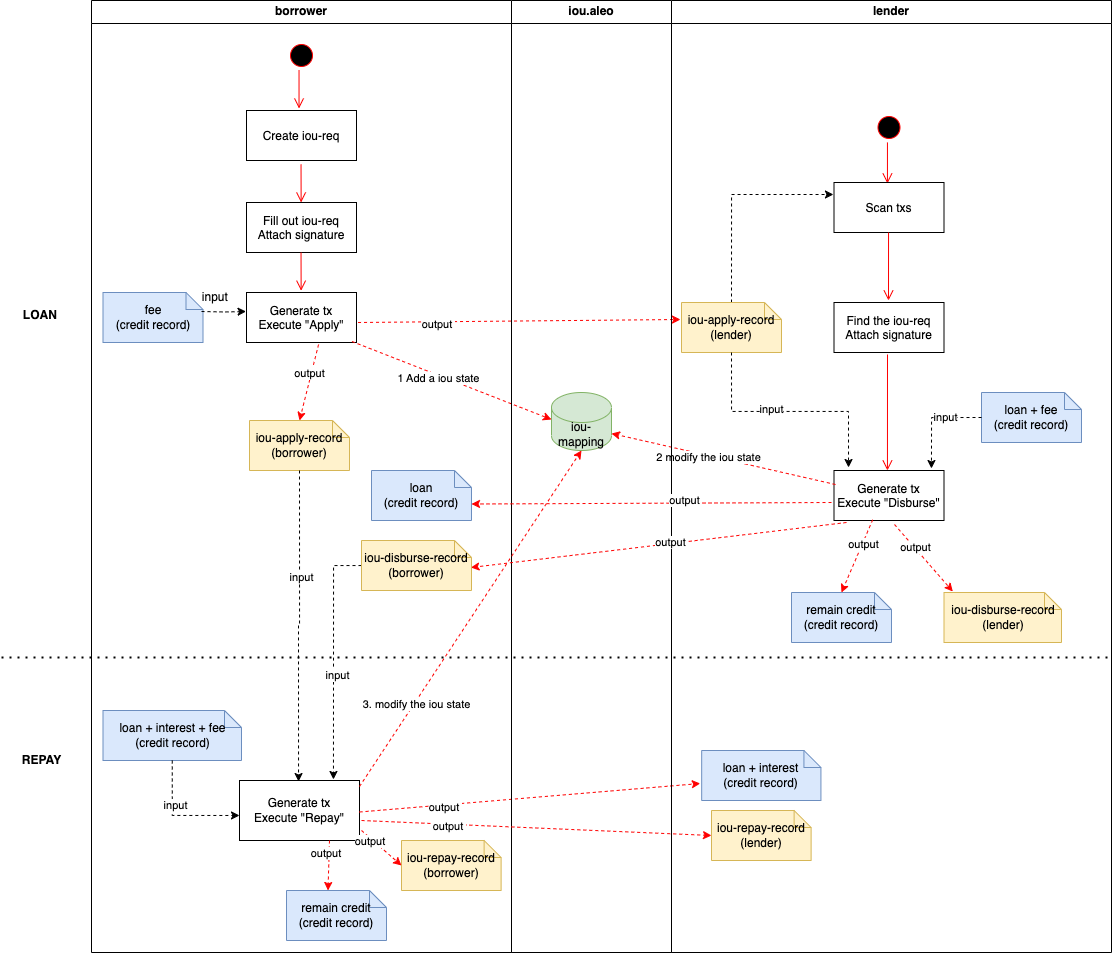
Before: aleo-lou.drawio.png, a diagram exported from draw.io (AleoIOU/AleoIOU). Source tidied: cells renumbered, new cells last; positions are measured from the earlier drawing's top-left corner, leaving out a move shared by most shapes.
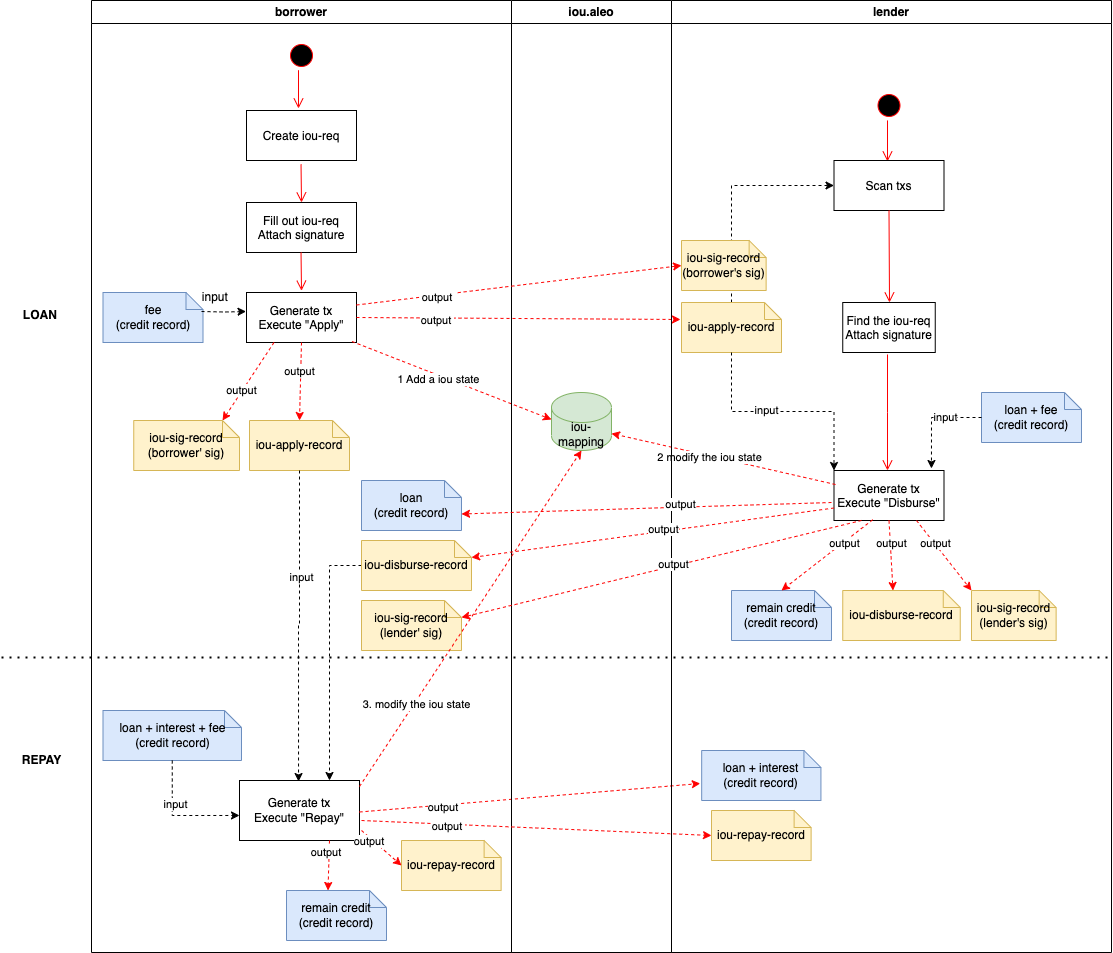
The same file after the commit.

What changed in the source:
```diff
@@ -20,10 +20,10 @@
     <mxCell id="7" value="Generate tx&#10;Execute &quot;Apply&quot;" parent="2" vertex="1">
       <mxGeometry x="155" y="292" width="110" height="50" as="geometry" />
     </mxCell>
-    <mxCell id="8" value="iou-apply-record&#10;(borrower)" style="shape=note;whiteSpace=wrap;size=17;fillColor=#fff2cc;strokeColor=#d6b656;" parent="2" vertex="1">
+    <mxCell id="8" value="iou-apply-record" style="shape=note;whiteSpace=wrap;size=17;fillColor=#fff2cc;strokeColor=#d6b656;" parent="2" vertex="1">
       <mxGeometry x="158" y="420" width="100" height="50" as="geometry" />
     </mxCell>
-    <mxCell id="9" style="endArrow=classic;strokeColor=#FF0000;endFill=1;rounded=0;dashed=1;exitX=0.655;exitY=1.04;exitDx=0;exitDy=0;exitPerimeter=0;entryX=0.5;entryY=0;entryDx=0;entryDy=0;entryPerimeter=0;" parent="2" edge="1" source="7" target="8">
+    <mxCell id="9" style="endArrow=classic;strokeColor=#FF0000;endFill=1;rounded=0;dashed=1;exitX=0.5;exitY=1;exitDx=0;exitDy=0;entryX=0.5;entryY=0;entryDx=0;entryDy=0;entryPerimeter=0;" parent="2" edge="1" source="7" target="8">
       <mxGeometry relative="1" as="geometry" />
     </mxCell>
     <mxCell id="10" value="output" style="edgeLabel;html=1;align=center;verticalAlign=middle;" parent="9" vertex="1">
@@ -47,19 +47,14 @@
     <mxCell id="14" value="input&amp;nbsp;" style="text;html=1;align=center;verticalAlign=middle;strokeColor=none;fillColor=none;" parent="2" vertex="1">
       <mxGeometry x="100" y="282" width="50" height="30" as="geometry" />
     </mxCell>
-    <mxCell id="15" style="edgeStyle=orthogonalEdgeStyle;rounded=0;jettySize=auto;html=1;entryX=0.783;entryY=-0.017;entryDx=0;entryDy=0;entryPerimeter=0;dashed=1;" parent="2" edge="1" source="17" target="20">
+    <mxCell id="15" style="edgeStyle=orthogonalEdgeStyle;rounded=0;jettySize=auto;html=1;entryX=0.75;entryY=0;entryDx=0;entryDy=0;dashed=1;" parent="2" edge="1" source="17" target="20">
       <mxGeometry relative="1" as="geometry" />
     </mxCell>
-    <mxCell id="16" value="input" style="edgeLabel;html=1;align=center;verticalAlign=middle;" parent="15" vertex="1">
-      <mxGeometry x="0.14" y="3" relative="1" as="geometry">
-        <mxPoint y="-1" as="offset" />
-      </mxGeometry>
-    </mxCell>
-    <mxCell id="17" value="iou-disburse-record&#10;(borrower)" style="shape=note;whiteSpace=wrap;size=17;fillColor=#fff2cc;strokeColor=#d6b656;" parent="2" vertex="1">
+    <mxCell id="17" value="iou-disburse-record" style="shape=note;whiteSpace=wrap;size=17;fillColor=#fff2cc;strokeColor=#d6b656;" parent="2" vertex="1">
       <mxGeometry x="270" y="540" width="110" height="50" as="geometry" />
     </mxCell>
     <mxCell id="18" value="loan&#10;(credit record)" style="shape=note;whiteSpace=wrap;size=17;fillColor=#dae8fc;strokeColor=#6c8ebf;" parent="2" vertex="1">
-      <mxGeometry x="280" y="470" width="100" height="50" as="geometry" />
+      <mxGeometry x="270" y="480" width="100" height="50" as="geometry" />
     </mxCell>
     <mxCell id="19" style="endArrow=none;dashed=1;html=1;dashPattern=1 3;strokeWidth=2;rounded=0;" parent="2" edge="1">
       <mxGeometry relative="1" as="geometry">
@@ -93,7 +88,7 @@
     <mxCell id="27" value="output&amp;nbsp;" style="edgeLabel;html=1;align=center;verticalAlign=middle;" parent="26" vertex="1">
       <mxGeometry x="-0.5" y="-2" relative="1" as="geometry" />
     </mxCell>
-    <mxCell id="28" value="iou-repay-record&#10;(borrower)" style="shape=note;whiteSpace=wrap;size=17;fillColor=#fff2cc;strokeColor=#d6b656;" parent="2" vertex="1">
+    <mxCell id="28" value="iou-repay-record" style="shape=note;whiteSpace=wrap;size=17;fillColor=#fff2cc;strokeColor=#d6b656;" parent="2" vertex="1">
       <mxGeometry x="310" y="840" width="99.6" height="50" as="geometry" />
     </mxCell>
     <mxCell id="29" style="endArrow=classic;strokeColor=#FF0000;endFill=1;rounded=0;dashed=1;entryX=0;entryY=0.5;entryDx=0;entryDy=0;entryPerimeter=0;exitX=1.017;exitY=0.833;exitDx=0;exitDy=0;exitPerimeter=0;" parent="2" edge="1" source="20" target="28">
@@ -111,6 +106,20 @@
     <mxCell id="33" value="output&amp;nbsp;" style="edgeLabel;html=1;align=center;verticalAlign=middle;" parent="32" vertex="1">
       <mxGeometry x="-0.5" y="-2" relative="1" as="geometry" />
     </mxCell>
+    <mxCell id="76" value="iou-sig-record&#10;(borrower' sig)" style="shape=note;whiteSpace=wrap;size=17;fillColor=#fff2cc;strokeColor=#d6b656;" parent="2" vertex="1">
+      <mxGeometry x="42.2" y="420" width="105.8" height="50" as="geometry" />
+    </mxCell>
+    <mxCell id="77" style="endArrow=classic;strokeColor=#FF0000;endFill=1;rounded=0;dashed=1;exitX=0.25;exitY=1;exitDx=0;exitDy=0;entryX=0;entryY=0;entryDx=88.75;entryDy=0;entryPerimeter=0;" parent="2" edge="1" source="7" target="76">
+      <mxGeometry relative="1" as="geometry" />
+    </mxCell>
+    <mxCell id="78" value="output" style="edgeLabel;html=1;align=center;verticalAlign=middle;" parent="77" vertex="1">
+      <mxGeometry x="-0.25" y="-2" relative="1" as="geometry">
+        <mxPoint x="-12" y="19" as="offset" />
+      </mxGeometry>
+    </mxCell>
+    <mxCell id="79" value="iou-sig-record&#10;(lender' sig)" style="shape=note;whiteSpace=wrap;size=17;fillColor=#fff2cc;strokeColor=#d6b656;" parent="2" vertex="1">
+      <mxGeometry x="270" y="600" width="100" height="50" as="geometry" />
+    </mxCell>
     <mxCell id="34" value="lender" style="swimlane;whiteSpace=wrap;" parent="1" vertex="1">
       <mxGeometry x="670" width="440" height="952" as="geometry" />
     </mxCell>
@@ -118,21 +127,18 @@
       <mxGeometry x="162.5" y="470" width="110" height="50" as="geometry" />
     </mxCell>
     <mxCell id="36" value="Find the iou-req&#10;Attach signature" parent="34" vertex="1">
-      <mxGeometry x="162.5" y="302" width="110" height="50" as="geometry" />
+      <mxGeometry x="171.2" y="302" width="92.5" height="50" as="geometry" />
     </mxCell>
-    <mxCell id="37" style="ellipse;shape=startState;fillColor=#000000;strokeColor=#ff0000;" parent="34" vertex="1">
-      <mxGeometry x="202.5" y="112" width="30" height="30" as="geometry" />
-    </mxCell>
     <mxCell id="38" style="edgeStyle=elbowEdgeStyle;elbow=horizontal;verticalAlign=bottom;endArrow=open;endSize=8;strokeColor=#FF0000;endFill=1;rounded=0;entryX=0.486;entryY=0.02;entryDx=0;entryDy=0;entryPerimeter=0;" parent="34" edge="1" source="37" target="39">
       <mxGeometry x="182.5" y="92" as="geometry" />
     </mxCell>
     <mxCell id="39" value="Scan txs" parent="34" vertex="1">
-      <mxGeometry x="162.5" y="182" width="110" height="50" as="geometry" />
+      <mxGeometry x="162.5" y="160" width="110" height="50" as="geometry" />
     </mxCell>
-    <mxCell id="40" style="edgeStyle=orthogonalEdgeStyle;rounded=0;jettySize=auto;html=1;exitX=0.5;exitY=0;exitDx=0;exitDy=0;exitPerimeter=0;entryX=-0.005;entryY=0.24;entryDx=0;entryDy=0;entryPerimeter=0;dashed=1;" parent="34" edge="1" source="41" target="39">
+    <mxCell id="40" style="edgeStyle=orthogonalEdgeStyle;rounded=0;jettySize=auto;html=1;exitX=0.5;exitY=0;exitDx=0;exitDy=0;exitPerimeter=0;entryX=0;entryY=0.5;entryDx=0;entryDy=0;dashed=1;" parent="34" edge="1" source="41" target="39">
       <mxGeometry relative="1" as="geometry" />
     </mxCell>
-    <mxCell id="41" value="iou-apply-record&#10;(lender)" style="shape=note;whiteSpace=wrap;size=17;fillColor=#fff2cc;strokeColor=#d6b656;" parent="34" vertex="1">
+    <mxCell id="41" value="iou-apply-record" style="shape=note;whiteSpace=wrap;size=17;fillColor=#fff2cc;strokeColor=#d6b656;" parent="34" vertex="1">
       <mxGeometry x="10" y="302" width="100" height="50" as="geometry" />
     </mxCell>
     <mxCell id="42" value="loan + fee&#10;(credit record)" style="shape=note;whiteSpace=wrap;size=17;fillColor=#dae8fc;strokeColor=#6c8ebf;" parent="34" vertex="1">
@@ -144,16 +150,16 @@
     <mxCell id="44" value="input" style="edgeLabel;html=1;align=center;verticalAlign=middle;" parent="43" vertex="1">
       <mxGeometry x="-0.26" y="-1" relative="1" as="geometry" />
     </mxCell>
-    <mxCell id="45" style="edgeStyle=orthogonalEdgeStyle;rounded=0;jettySize=auto;html=1;exitX=0.5;exitY=1;exitDx=0;exitDy=0;exitPerimeter=0;dashed=1;entryX=0.132;entryY=-0.06;entryDx=0;entryDy=0;entryPerimeter=0;" parent="34" edge="1" source="41" target="35">
+    <mxCell id="45" style="edgeStyle=orthogonalEdgeStyle;rounded=0;jettySize=auto;html=1;exitX=0.5;exitY=1;exitDx=0;exitDy=0;exitPerimeter=0;dashed=1;entryX=0;entryY=0;entryDx=0;entryDy=0;" parent="34" edge="1" source="41" target="35">
       <mxGeometry relative="1" as="geometry" />
     </mxCell>
     <mxCell id="46" value="input" style="edgeLabel;html=1;align=center;verticalAlign=middle;" parent="45" vertex="1">
       <mxGeometry x="-0.15" y="2" relative="1" as="geometry" />
     </mxCell>
-    <mxCell id="47" value="iou-disburse-record&#10;(lender)" style="shape=note;whiteSpace=wrap;size=17;fillColor=#fff2cc;strokeColor=#d6b656;" parent="34" vertex="1">
-      <mxGeometry x="272.5" y="592" width="117.5" height="50" as="geometry" />
+    <mxCell id="47" value="iou-disburse-record" style="shape=note;whiteSpace=wrap;size=17;fillColor=#fff2cc;strokeColor=#d6b656;" parent="34" vertex="1">
+      <mxGeometry x="171.2" y="590" width="117.5" height="50" as="geometry" />
     </mxCell>
-    <mxCell id="48" style="endArrow=classic;strokeColor=#FF0000;endFill=1;rounded=0;dashed=1;exitX=0.55;exitY=1.08;exitDx=0;exitDy=0;exitPerimeter=0;entryX=0.075;entryY=-0.02;entryDx=0;entryDy=0;entryPerimeter=0;" parent="34" edge="1" source="35" target="47">
+    <mxCell id="48" style="endArrow=classic;strokeColor=#FF0000;endFill=1;rounded=0;dashed=1;exitX=0.5;exitY=1;exitDx=0;exitDy=0;entryX=0;entryY=0;entryDx=50.25;entryDy=0;entryPerimeter=0;" parent="34" edge="1" source="35" target="47">
       <mxGeometry relative="1" as="geometry" />
     </mxCell>
     <mxCell id="49" value="output" style="edgeLabel;html=1;align=center;verticalAlign=middle;" parent="48" vertex="1">
@@ -161,26 +167,20 @@
         <mxPoint x="1" as="offset" />
       </mxGeometry>
     </mxCell>
-    <mxCell id="50" style="edgeStyle=elbowEdgeStyle;elbow=horizontal;verticalAlign=bottom;endArrow=open;endSize=8;strokeColor=#FF0000;endFill=1;rounded=0;" parent="34" edge="1">
-      <mxGeometry x="-486.5" y="52.1" as="geometry">
-        <mxPoint x="217" y="232" as="sourcePoint" />
-        <mxPoint x="217" y="300" as="targetPoint" />
-      </mxGeometry>
-    </mxCell>
     <mxCell id="51" style="edgeStyle=elbowEdgeStyle;elbow=horizontal;verticalAlign=bottom;endArrow=open;endSize=8;strokeColor=#FF0000;endFill=1;rounded=0;" parent="34" edge="1">
       <mxGeometry x="-487.5" y="183" as="geometry">
         <mxPoint x="216" y="354" as="sourcePoint" />
         <mxPoint x="216" y="470" as="targetPoint" />
       </mxGeometry>
     </mxCell>
-    <mxCell id="52" value="iou-repay-record&#10;(lender)" style="shape=note;whiteSpace=wrap;size=17;fillColor=#fff2cc;strokeColor=#d6b656;" parent="34" vertex="1">
+    <mxCell id="52" value="iou-repay-record" style="shape=note;whiteSpace=wrap;size=17;fillColor=#fff2cc;strokeColor=#d6b656;" parent="34" vertex="1">
       <mxGeometry x="40" y="810" width="99.6" height="50" as="geometry" />
     </mxCell>
     <mxCell id="53" value="loan + interest&#10;(credit record)" style="shape=note;whiteSpace=wrap;size=17;fillColor=#dae8fc;strokeColor=#6c8ebf;" parent="34" vertex="1">
       <mxGeometry x="30.2" y="750" width="119.2" height="50" as="geometry" />
     </mxCell>
     <mxCell id="54" value="remain credit&#10;(credit record)" style="shape=note;whiteSpace=wrap;size=17;fillColor=#dae8fc;strokeColor=#6c8ebf;" parent="34" vertex="1">
-      <mxGeometry x="120" y="592" width="100" height="50" as="geometry" />
+      <mxGeometry x="60" y="590" width="100" height="50" as="geometry" />
     </mxCell>
     <mxCell id="55" style="endArrow=classic;strokeColor=#FF0000;endFill=1;rounded=0;dashed=1;exitX=0.352;exitY=0.985;exitDx=0;exitDy=0;exitPerimeter=0;entryX=0.5;entryY=0;entryDx=0;entryDy=0;entryPerimeter=0;" parent="34" edge="1" source="35" target="54">
       <mxGeometry relative="1" as="geometry" />
@@ -190,7 +190,27 @@
         <mxPoint x="1" as="offset" />
       </mxGeometry>
     </mxCell>
+    <mxCell id="80" value="iou-sig-record&#10;(borrower's sig)" style="shape=note;whiteSpace=wrap;size=17;fillColor=#fff2cc;strokeColor=#d6b656;" parent="34" vertex="1">
+      <mxGeometry x="10" y="240" width="84.6" height="50" as="geometry" />
+    </mxCell>
+    <mxCell id="81" style="edgeStyle=elbowEdgeStyle;elbow=horizontal;verticalAlign=bottom;endArrow=open;endSize=8;strokeColor=#FF0000;endFill=1;rounded=0;entryX=0.5;entryY=0;entryDx=0;entryDy=0;exitX=0.5;exitY=1;exitDx=0;exitDy=0;" parent="34" edge="1" source="39" target="36">
+      <mxGeometry x="-477.5" y="-28" as="geometry" />
+    </mxCell>
+    <mxCell id="37" style="ellipse;shape=startState;fillColor=#000000;strokeColor=#ff0000;" parent="34" vertex="1">
+      <mxGeometry x="202.5" y="90" width="30" height="30" as="geometry" />
+    </mxCell>
+    <mxCell id="82" value="iou-sig-record&#10;(lender's sig)" style="shape=note;whiteSpace=wrap;size=17;fillColor=#fff2cc;strokeColor=#d6b656;" parent="34" vertex="1">
+      <mxGeometry x="300" y="590" width="84.6" height="50" as="geometry" />
+    </mxCell>
+    <mxCell id="83" style="endArrow=classic;strokeColor=#FF0000;endFill=1;rounded=0;dashed=1;exitX=0.75;exitY=1;exitDx=0;exitDy=0;entryX=0;entryY=0;entryDx=0;entryDy=0;entryPerimeter=0;" parent="34" edge="1" source="35" target="82">
+      <mxGeometry relative="1" as="geometry" />
+    </mxCell>
+    <mxCell id="84" value="output" style="edgeLabel;html=1;align=center;verticalAlign=middle;" parent="83" vertex="1">
+      <mxGeometry x="-0.34" relative="1" as="geometry">
+        <mxPoint x="1" as="offset" />
+      </mxGeometry>
+    </mxCell>
-    <mxCell id="57" style="endArrow=classic;strokeColor=#FF0000;endFill=1;rounded=0;dashed=1;entryX=-0.01;entryY=0.34;entryDx=0;entryDy=0;entryPerimeter=0;exitX=1.014;exitY=0.6;exitDx=0;exitDy=0;exitPerimeter=0;" parent="1" edge="1" source="7" target="41">
+    <mxCell id="57" style="endArrow=classic;strokeColor=#FF0000;endFill=1;rounded=0;dashed=1;entryX=-0.01;entryY=0.34;entryDx=0;entryDy=0;entryPerimeter=0;exitX=1;exitY=0.5;exitDx=0;exitDy=0;" parent="1" edge="1" source="7" target="41">
       <mxGeometry relative="1" as="geometry" />
     </mxCell>
     <mxCell id="58" value="output&amp;nbsp;" style="edgeLabel;html=1;align=center;verticalAlign=middle;" parent="57" vertex="1">
@@ -231,7 +251,7 @@
     <mxCell id="67" value="output" style="edgeLabel;html=1;align=center;verticalAlign=middle;" parent="66" vertex="1">
       <mxGeometry x="-0.18" y="-3" relative="1" as="geometry" />
     </mxCell>
-    <mxCell id="68" style="endArrow=classic;strokeColor=#FF0000;endFill=1;rounded=0;dashed=1;entryX=0.995;entryY=0.54;entryDx=0;entryDy=0;entryPerimeter=0;exitX=0.114;exitY=1.04;exitDx=0;exitDy=0;exitPerimeter=0;" parent="1" edge="1" source="35" target="17">
+    <mxCell id="68" style="endArrow=classic;strokeColor=#FF0000;endFill=1;rounded=0;dashed=1;entryX=0;entryY=0;entryDx=110;entryDy=17;entryPerimeter=0;exitX=0;exitY=0.75;exitDx=0;exitDy=0;" parent="1" edge="1" source="35" target="17">
       <mxGeometry relative="1" as="geometry" />
     </mxCell>
     <mxCell id="69" value="output" style="edgeLabel;html=1;align=center;verticalAlign=middle;" parent="68" vertex="1">
@@ -257,5 +277,17 @@
     <mxCell id="75" value="output&amp;nbsp;" style="edgeLabel;html=1;align=center;verticalAlign=middle;" parent="74" vertex="1">
       <mxGeometry x="-0.5" y="-2" relative="1" as="geometry" />
     </mxCell>
+    <mxCell id="85" style="endArrow=classic;strokeColor=#FF0000;endFill=1;rounded=0;dashed=1;entryX=0;entryY=0.5;entryDx=0;entryDy=0;entryPerimeter=0;exitX=1;exitY=0.25;exitDx=0;exitDy=0;" parent="1" edge="1" source="7" target="80">
+      <mxGeometry relative="1" as="geometry" />
+    </mxCell>
+    <mxCell id="86" value="output&amp;nbsp;" style="edgeLabel;html=1;align=center;verticalAlign=middle;" parent="85" vertex="1">
+      <mxGeometry x="-0.5" y="-2" relative="1" as="geometry" />
+    </mxCell>
+    <mxCell id="87" style="endArrow=classic;strokeColor=#FF0000;endFill=1;rounded=0;dashed=1;entryX=0;entryY=0;entryDx=100;entryDy=17;entryPerimeter=0;exitX=0.25;exitY=1;exitDx=0;exitDy=0;" parent="1" edge="1" source="35" target="79">
+      <mxGeometry relative="1" as="geometry" />
+    </mxCell>
+    <mxCell id="88" value="output" style="edgeLabel;html=1;align=center;verticalAlign=middle;" parent="87" vertex="1">
+      <mxGeometry x="-0.06" y="-2" relative="1" as="geometry" />
+    </mxCell>
   </root>
 </mxGraphModel>
```
